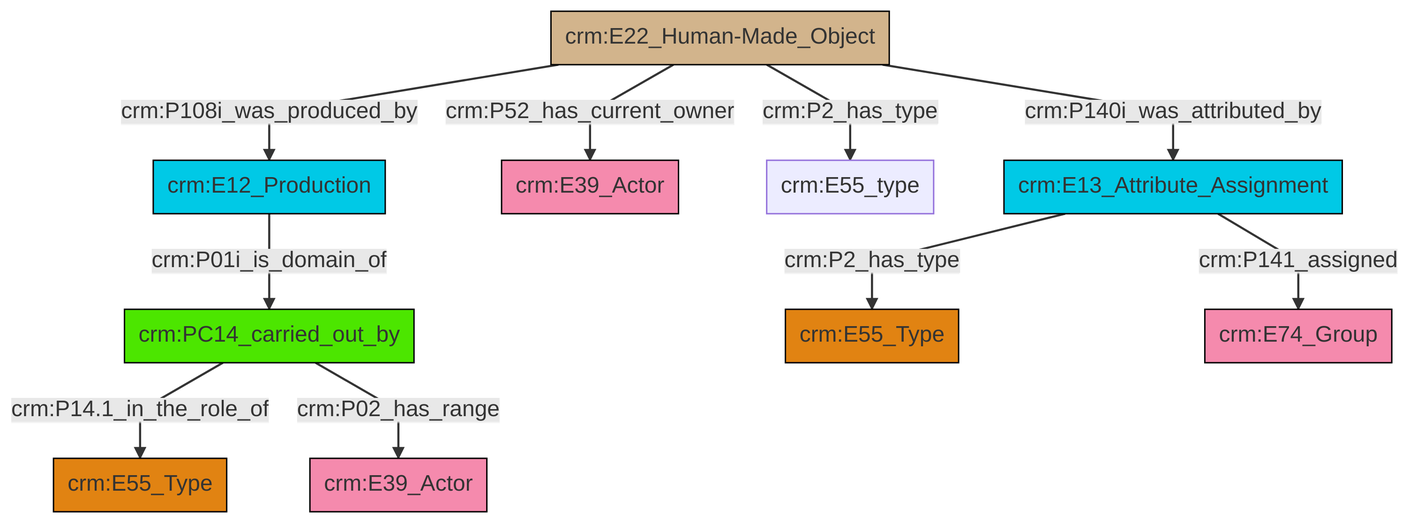
Before: et/builtWorkCSV/ttl/mmd/png/Built_Work_actor_relations.png, a diagram exported from Mermaid (swiss-art-research-net/docs.swissartresearch). Its source is kept beside it as et/builtWorkCSV/ttl/mmd/Built_Work_actor_relations.ttl.mmd.
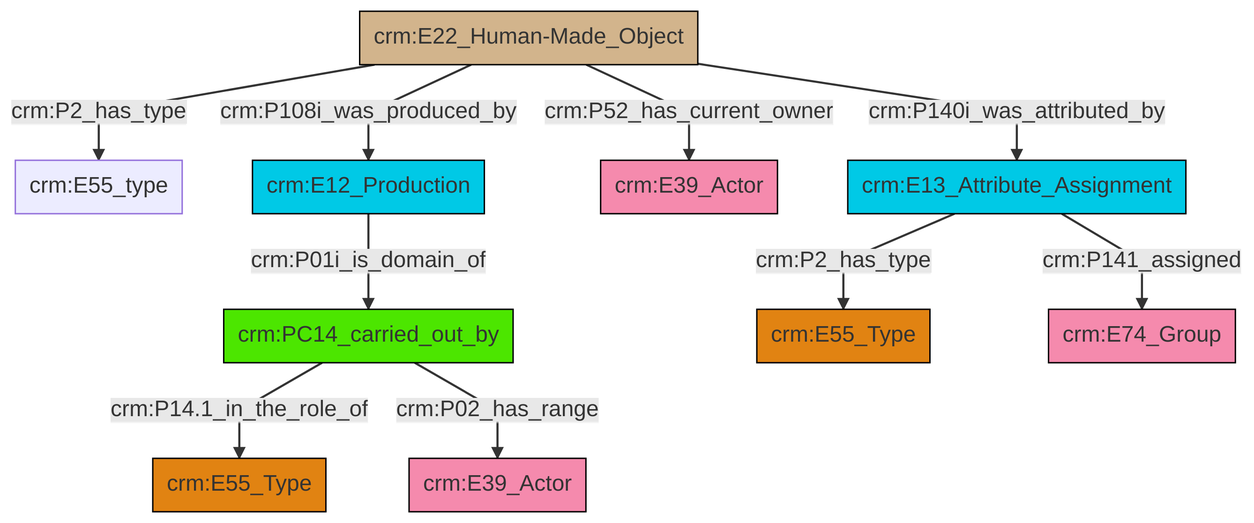
The same diagram one commit later.

The edit, as a diff of the source:
```diff
@@ -13,12 +13,12 @@
 classDef PC_Classes fill:#4ce600, stroke:#000000;
 classDef Multi fill:#cccccc,stroke:#000000;
 
-2["crm:E13_Attribute_Assignment"]:::Temporal_Entity -->|crm:P2_has_type| 3["crm:E55_Type"]:::Type
-4["crm:E22_Human-Made_Object"]:::Physical_Thing -->|crm:P52_has_current_owner| 5["crm:E39_Actor"]:::Actor
-4["crm:E22_Human-Made_Object"]:::Physical_Thing -->|crm:P108i_was_produced_by| 10["crm:E12_Production"]:::Temporal_Entity
-2["crm:E13_Attribute_Assignment"]:::Temporal_Entity -->|crm:P141_assigned| 14["crm:E74_Group"]:::Actor
-10["crm:E12_Production"]:::Temporal_Entity -->|crm:P01i_is_domain_of| 0["crm:PC14_carried_out_by"]:::PC_Classes
-4["crm:E22_Human-Made_Object"]:::Physical_Thing -->|crm:P2_has_type| 8["crm:E55_type"]:::Default
-4["crm:E22_Human-Made_Object"]:::Physical_Thing -->|crm:P140i_was_attributed_by| 2["crm:E13_Attribute_Assignment"]:::Temporal_Entity
-0["crm:PC14_carried_out_by"]:::PC_Classes -->|crm:P14.1_in_the_role_of| 6["crm:E55_Type"]:::Type
-0["crm:PC14_carried_out_by"]:::PC_Classes -->|crm:P02_has_range| 11["crm:E39_Actor"]:::Actor
+2["crm:PC14_carried_out_by"]:::PC_Classes -->|crm:P14.1_in_the_role_of| 3["crm:E55_Type"]:::Type
+2["crm:PC14_carried_out_by"]:::PC_Classes -->|crm:P02_has_range| 4["crm:E39_Actor"]:::Actor
+5["crm:E22_Human-Made_Object"]:::Physical_Thing -->|crm:P2_has_type| 6["crm:E55_type"]:::Default
+13["crm:E12_Production"]:::Temporal_Entity -->|crm:P01i_is_domain_of| 2["crm:PC14_carried_out_by"]:::PC_Classes
+5["crm:E22_Human-Made_Object"]:::Physical_Thing -->|crm:P108i_was_produced_by| 13["crm:E12_Production"]:::Temporal_Entity
+16["crm:E13_Attribute_Assignment"]:::Temporal_Entity -->|crm:P2_has_type| 9["crm:E55_Type"]:::Type
+5["crm:E22_Human-Made_Object"]:::Physical_Thing -->|crm:P52_has_current_owner| 7["crm:E39_Actor"]:::Actor
+16["crm:E13_Attribute_Assignment"]:::Temporal_Entity -->|crm:P141_assigned| 0["crm:E74_Group"]:::Actor
+5["crm:E22_Human-Made_Object"]:::Physical_Thing -->|crm:P140i_was_attributed_by| 16["crm:E13_Attribute_Assignment"]:::Temporal_Entity
```
